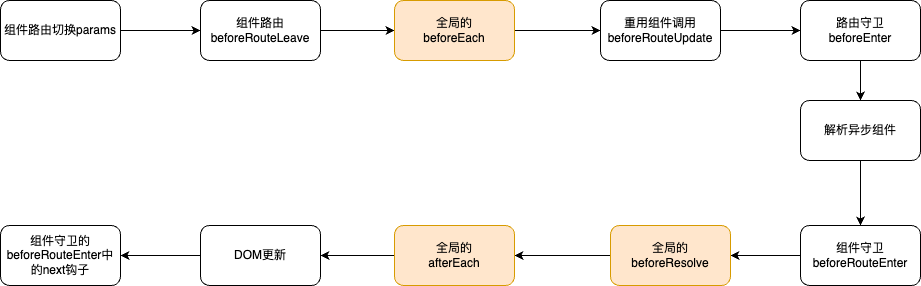
Before: VueRouter:守卫执行顺序.drawio.png, a diagram exported from draw.io (JYbill/draw). Source tidied: cells renumbered, new cells last; positions are measured from the earlier drawing's top-left corner, leaving out a move shared by most shapes.
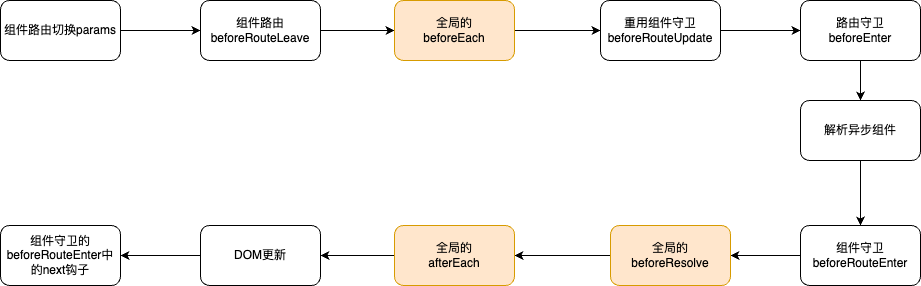
After the commit.

Commit message:
更新VueRouter:守卫执行顺序.drawio.png

What changed in the source:
```diff
@@ -23,7 +23,7 @@
     <mxCell id="8" style="edgeStyle=orthogonalEdgeStyle;rounded=0;jettySize=auto;html=1;exitX=1;exitY=0.5;exitDx=0;exitDy=0;entryX=0;entryY=0.5;entryDx=0;entryDy=0;" parent="1" edge="1" source="9" target="11">
       <mxGeometry relative="1" as="geometry" />
     </mxCell>
-    <mxCell id="9" value="重用组件调用&lt;br&gt;beforeRouteUpdate" style="rounded=1;whiteSpace=wrap;html=1;" parent="1" vertex="1">
+    <mxCell id="9" value="重用组件守卫&lt;br&gt;beforeRouteUpdate" style="rounded=1;whiteSpace=wrap;html=1;" parent="1" vertex="1">
       <mxGeometry x="600" width="120" height="60" as="geometry" />
     </mxCell>
     <mxCell id="10" style="edgeStyle=orthogonalEdgeStyle;rounded=0;jettySize=auto;html=1;exitX=0.5;exitY=1;exitDx=0;exitDy=0;" parent="1" edge="1" source="11" target="13">
```
